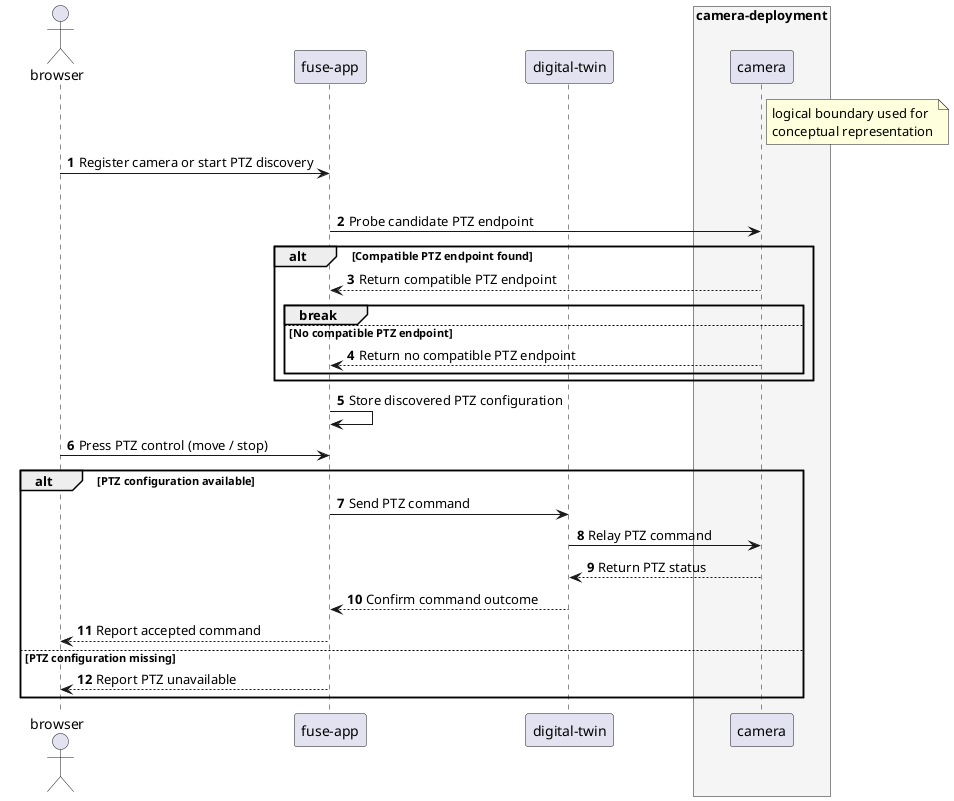
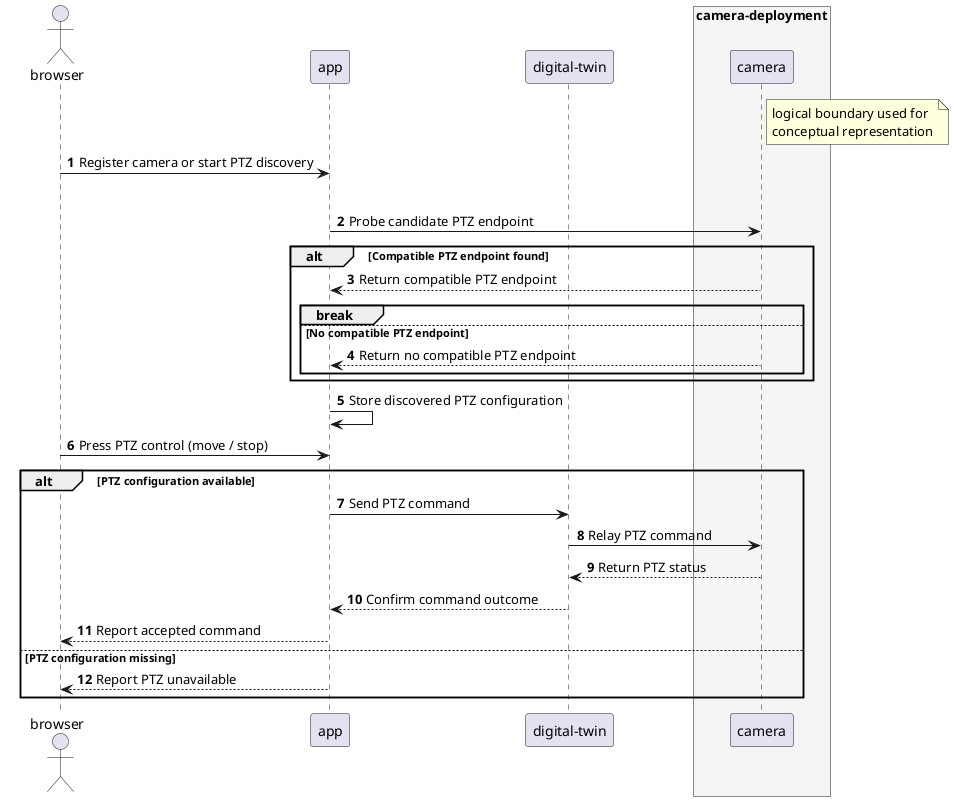
@startuml


autonumber
skinparam responseMessageBelowArrow true

actor "browser" as Browser
- participant "fuse-app" as FuseApp
+ participant "app" as FuseApp
participant "digital-twin" as DigitalTwin
box "camera-deployment" #F5F5F5
  participant "camera" as Camera
end box

note right of Camera
  logical boundary used for
  conceptual representation
end note

Browser -> FuseApp: Register camera or start PTZ discovery

loop port-discovery over candidate ports and protocols
  FuseApp -> Camera: Probe candidate PTZ endpoint
  alt Compatible PTZ endpoint found
    Camera --> FuseApp: Return compatible PTZ endpoint
    break
  else No compatible PTZ endpoint
    Camera --> FuseApp: Return no compatible PTZ endpoint
  end
end

FuseApp -> FuseApp: Store discovered PTZ configuration

Browser -> FuseApp: Press PTZ control (move / stop)

alt PTZ configuration available
  FuseApp -> DigitalTwin: Send PTZ command
  DigitalTwin -> Camera: Relay PTZ command
  Camera --> DigitalTwin: Return PTZ status
  DigitalTwin --> FuseApp: Confirm command outcome
  FuseApp --> Browser: Report accepted command
else PTZ configuration missing
  FuseApp --> Browser: Report PTZ unavailable
end

@enduml
